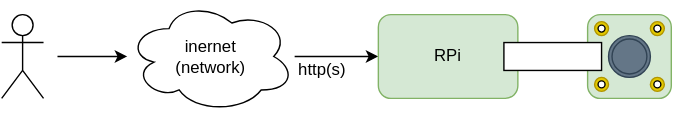
Before: rpi-camera/docs/rpi-camera-diagram.svg, a diagram exported from draw.io (jveverka/rpi-projects). Source tidied: cells renumbered, new cells last; positions are measured from the earlier drawing's top-left corner, leaving out a move shared by most shapes. Its diagram source:
```xml
<mxGraphModel>
  <root>
    <mxCell id="0" />
    <mxCell id="1" parent="0" />
    <mxCell id="2" style="edgeStyle=orthogonalEdgeStyle;rounded=0;jettySize=auto;html=1;" parent="1" edge="1" target="4">
      <mxGeometry relative="1" as="geometry">
        <mxPoint x="40" y="40" as="sourcePoint" />
      </mxGeometry>
    </mxCell>
    <mxCell id="3" style="edgeStyle=orthogonalEdgeStyle;rounded=0;jettySize=auto;html=1;" parent="1" edge="1" source="4" target="5">
      <mxGeometry relative="1" as="geometry" />
    </mxCell>
    <mxCell id="4" value="inernet&lt;br&gt;(network)" style="ellipse;shape=cloud;whiteSpace=wrap;html=1;" parent="1" vertex="1">
      <mxGeometry x="90" width="120" height="80" as="geometry" />
    </mxCell>
    <mxCell id="5" value="RPi" style="rounded=1;whiteSpace=wrap;html=1;fillColor=#d5e8d4;strokeColor=#82b366;" parent="1" vertex="1">
      <mxGeometry x="270" y="10" width="100" height="60" as="geometry" />
    </mxCell>
    <mxCell id="6" style="rounded=1;whiteSpace=wrap;html=1;fillColor=#d5e8d4;strokeColor=#82b366;" parent="1" vertex="1">
      <mxGeometry x="420" y="10" width="60" height="60" as="geometry" />
    </mxCell>
    <mxCell id="7" style="rounded=0;whiteSpace=wrap;html=1;" parent="1" vertex="1">
      <mxGeometry x="360" y="30" width="70" height="20" as="geometry" />
    </mxCell>
    <mxCell id="8" value="http(s)" style="text;html=1;strokeColor=none;fillColor=none;align=center;verticalAlign=middle;whiteSpace=wrap;rounded=0;" parent="1" vertex="1">
      <mxGeometry x="210" y="40" width="40" height="20" as="geometry" />
    </mxCell>
    <mxCell id="9" style="shape=umlActor;verticalLabelPosition=bottom;verticalAlign=top;html=1;" parent="1" vertex="1">
      <mxGeometry y="10" width="30" height="60" as="geometry" />
    </mxCell>
    <mxCell id="10" style="ellipse;whiteSpace=wrap;html=1;fillColor=#647687;strokeColor=#314354;fontColor=#ffffff;" parent="1" vertex="1">
      <mxGeometry x="435" y="25" width="30" height="30" as="geometry" />
    </mxCell>
    <mxCell id="11" style="ellipse;whiteSpace=wrap;html=1;fillColor=#e3c800;strokeColor=#B09500;fontColor=#ffffff;" parent="1" vertex="1">
      <mxGeometry x="425" y="15" width="10" height="10" as="geometry" />
    </mxCell>
    <mxCell id="12" style="ellipse;whiteSpace=wrap;html=1;fillColor=#e3c800;strokeColor=#B09500;fontColor=#ffffff;" parent="1" vertex="1">
      <mxGeometry x="465" y="15" width="10" height="10" as="geometry" />
    </mxCell>
    <mxCell id="13" style="ellipse;whiteSpace=wrap;html=1;fillColor=#e3c800;strokeColor=#B09500;fontColor=#ffffff;" parent="1" vertex="1">
      <mxGeometry x="425" y="55" width="10" height="10" as="geometry" />
    </mxCell>
    <mxCell id="14" style="ellipse;whiteSpace=wrap;html=1;fillColor=#e3c800;strokeColor=#B09500;fontColor=#ffffff;" parent="1" vertex="1">
      <mxGeometry x="465" y="55" width="10" height="10" as="geometry" />
    </mxCell>
    <mxCell id="15" style="ellipse;whiteSpace=wrap;html=1;fillColor=#647687;strokeColor=#314354;fontColor=#ffffff;" parent="1" vertex="1">
      <mxGeometry x="437.5" y="27.5" width="25" height="25" as="geometry" />
    </mxCell>
    <mxCell id="16" style="ellipse;whiteSpace=wrap;html=1;" parent="1" vertex="1">
      <mxGeometry x="467.5" y="17.5" width="5" height="5" as="geometry" />
    </mxCell>
    <mxCell id="17" style="ellipse;whiteSpace=wrap;html=1;" parent="1" vertex="1">
      <mxGeometry x="467.5" y="57.5" width="5" height="5" as="geometry" />
    </mxCell>
    <mxCell id="18" style="ellipse;whiteSpace=wrap;html=1;" parent="1" vertex="1">
      <mxGeometry x="427.5" y="57.5" width="5" height="5" as="geometry" />
    </mxCell>
    <mxCell id="19" style="ellipse;whiteSpace=wrap;html=1;" parent="1" vertex="1">
      <mxGeometry x="427.5" y="17.5" width="5" height="5" as="geometry" />
    </mxCell>
  </root>
</mxGraphModel>
```
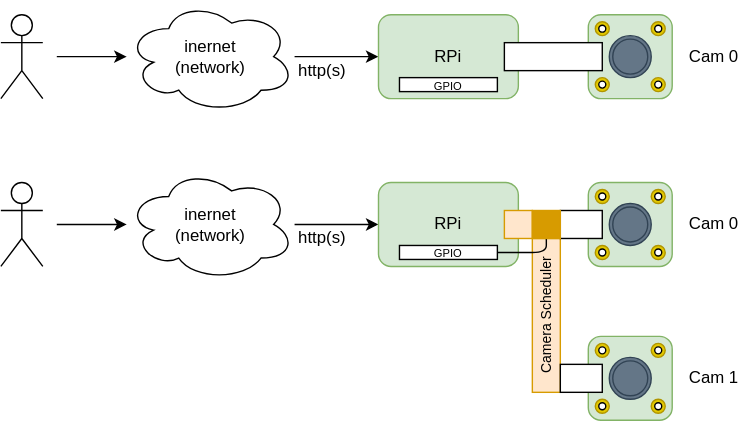
After the change.

Diff of the diagram source:
```diff
@@ -58,5 +58,128 @@
     <mxCell id="19" style="ellipse;whiteSpace=wrap;html=1;" parent="1" vertex="1">
       <mxGeometry x="427.5" y="17.5" width="5" height="5" as="geometry" />
     </mxCell>
+    <mxCell id="20" value="Cam 0" style="text;html=1;strokeColor=none;fillColor=none;align=center;verticalAlign=middle;whiteSpace=wrap;rounded=0;" parent="1" vertex="1">
+      <mxGeometry x="490" y="30" width="40" height="20" as="geometry" />
+    </mxCell>
+    <mxCell id="21" style="edgeStyle=orthogonalEdgeStyle;rounded=0;jettySize=auto;html=1;" parent="1" edge="1" target="23">
+      <mxGeometry relative="1" as="geometry">
+        <mxPoint x="40" y="160" as="sourcePoint" />
+      </mxGeometry>
+    </mxCell>
+    <mxCell id="22" style="edgeStyle=orthogonalEdgeStyle;rounded=0;jettySize=auto;html=1;" parent="1" edge="1" source="23" target="24">
+      <mxGeometry relative="1" as="geometry" />
+    </mxCell>
+    <mxCell id="23" value="inernet&lt;br&gt;(network)" style="ellipse;shape=cloud;whiteSpace=wrap;html=1;" parent="1" vertex="1">
+      <mxGeometry x="90" y="120" width="120" height="80" as="geometry" />
+    </mxCell>
+    <mxCell id="24" value="RPi" style="rounded=1;whiteSpace=wrap;html=1;fillColor=#d5e8d4;strokeColor=#82b366;" parent="1" vertex="1">
+      <mxGeometry x="270" y="130" width="100" height="60" as="geometry" />
+    </mxCell>
+    <mxCell id="25" style="rounded=1;whiteSpace=wrap;html=1;fillColor=#d5e8d4;strokeColor=#82b366;" parent="1" vertex="1">
+      <mxGeometry x="420" y="130" width="60" height="60" as="geometry" />
+    </mxCell>
+    <mxCell id="26" value="http(s)" style="text;html=1;strokeColor=none;fillColor=none;align=center;verticalAlign=middle;whiteSpace=wrap;rounded=0;" parent="1" vertex="1">
+      <mxGeometry x="210" y="160" width="40" height="20" as="geometry" />
+    </mxCell>
+    <mxCell id="27" style="shape=umlActor;verticalLabelPosition=bottom;verticalAlign=top;html=1;" parent="1" vertex="1">
+      <mxGeometry y="130" width="30" height="60" as="geometry" />
+    </mxCell>
+    <mxCell id="28" style="ellipse;whiteSpace=wrap;html=1;fillColor=#647687;strokeColor=#314354;fontColor=#ffffff;" parent="1" vertex="1">
+      <mxGeometry x="435" y="145" width="30" height="30" as="geometry" />
+    </mxCell>
+    <mxCell id="29" style="ellipse;whiteSpace=wrap;html=1;fillColor=#e3c800;strokeColor=#B09500;fontColor=#ffffff;" parent="1" vertex="1">
+      <mxGeometry x="425" y="135" width="10" height="10" as="geometry" />
+    </mxCell>
+    <mxCell id="30" style="ellipse;whiteSpace=wrap;html=1;fillColor=#e3c800;strokeColor=#B09500;fontColor=#ffffff;" parent="1" vertex="1">
+      <mxGeometry x="465" y="135" width="10" height="10" as="geometry" />
+    </mxCell>
+    <mxCell id="31" style="ellipse;whiteSpace=wrap;html=1;fillColor=#e3c800;strokeColor=#B09500;fontColor=#ffffff;" parent="1" vertex="1">
+      <mxGeometry x="425" y="175" width="10" height="10" as="geometry" />
+    </mxCell>
+    <mxCell id="32" style="ellipse;whiteSpace=wrap;html=1;fillColor=#e3c800;strokeColor=#B09500;fontColor=#ffffff;" parent="1" vertex="1">
+      <mxGeometry x="465" y="175" width="10" height="10" as="geometry" />
+    </mxCell>
+    <mxCell id="33" style="ellipse;whiteSpace=wrap;html=1;fillColor=#647687;strokeColor=#314354;fontColor=#ffffff;" parent="1" vertex="1">
+      <mxGeometry x="437.5" y="147.5" width="25" height="25" as="geometry" />
+    </mxCell>
+    <mxCell id="34" style="ellipse;whiteSpace=wrap;html=1;" parent="1" vertex="1">
+      <mxGeometry x="467.5" y="137.5" width="5" height="5" as="geometry" />
+    </mxCell>
+    <mxCell id="35" style="ellipse;whiteSpace=wrap;html=1;" parent="1" vertex="1">
+      <mxGeometry x="467.5" y="177.5" width="5" height="5" as="geometry" />
+    </mxCell>
+    <mxCell id="36" style="ellipse;whiteSpace=wrap;html=1;" parent="1" vertex="1">
+      <mxGeometry x="427.5" y="177.5" width="5" height="5" as="geometry" />
+    </mxCell>
+    <mxCell id="37" style="ellipse;whiteSpace=wrap;html=1;" parent="1" vertex="1">
+      <mxGeometry x="427.5" y="137.5" width="5" height="5" as="geometry" />
+    </mxCell>
+    <mxCell id="38" value="Cam 0" style="text;html=1;strokeColor=none;fillColor=none;align=center;verticalAlign=middle;whiteSpace=wrap;rounded=0;" parent="1" vertex="1">
+      <mxGeometry x="490" y="150" width="40" height="20" as="geometry" />
+    </mxCell>
+    <mxCell id="39" style="rounded=1;whiteSpace=wrap;html=1;fillColor=#d5e8d4;strokeColor=#82b366;" parent="1" vertex="1">
+      <mxGeometry x="420" y="240" width="60" height="60" as="geometry" />
+    </mxCell>
+    <mxCell id="40" style="ellipse;whiteSpace=wrap;html=1;fillColor=#647687;strokeColor=#314354;fontColor=#ffffff;" parent="1" vertex="1">
+      <mxGeometry x="435" y="255" width="30" height="30" as="geometry" />
+    </mxCell>
+    <mxCell id="41" style="ellipse;whiteSpace=wrap;html=1;fillColor=#e3c800;strokeColor=#B09500;fontColor=#ffffff;" parent="1" vertex="1">
+      <mxGeometry x="425" y="245" width="10" height="10" as="geometry" />
+    </mxCell>
+    <mxCell id="42" style="ellipse;whiteSpace=wrap;html=1;fillColor=#e3c800;strokeColor=#B09500;fontColor=#ffffff;" parent="1" vertex="1">
+      <mxGeometry x="465" y="245" width="10" height="10" as="geometry" />
+    </mxCell>
+    <mxCell id="43" style="ellipse;whiteSpace=wrap;html=1;fillColor=#e3c800;strokeColor=#B09500;fontColor=#ffffff;" parent="1" vertex="1">
+      <mxGeometry x="425" y="285" width="10" height="10" as="geometry" />
+    </mxCell>
+    <mxCell id="44" style="ellipse;whiteSpace=wrap;html=1;fillColor=#e3c800;strokeColor=#B09500;fontColor=#ffffff;" parent="1" vertex="1">
+      <mxGeometry x="465" y="285" width="10" height="10" as="geometry" />
+    </mxCell>
+    <mxCell id="45" style="ellipse;whiteSpace=wrap;html=1;fillColor=#647687;strokeColor=#314354;fontColor=#ffffff;" parent="1" vertex="1">
+      <mxGeometry x="437.5" y="257.5" width="25" height="25" as="geometry" />
+    </mxCell>
+    <mxCell id="46" style="ellipse;whiteSpace=wrap;html=1;" parent="1" vertex="1">
+      <mxGeometry x="467.5" y="247.5" width="5" height="5" as="geometry" />
+    </mxCell>
+    <mxCell id="47" style="ellipse;whiteSpace=wrap;html=1;" parent="1" vertex="1">
+      <mxGeometry x="467.5" y="287.5" width="5" height="5" as="geometry" />
+    </mxCell>
+    <mxCell id="48" style="ellipse;whiteSpace=wrap;html=1;" parent="1" vertex="1">
+      <mxGeometry x="427.5" y="287.5" width="5" height="5" as="geometry" />
+    </mxCell>
+    <mxCell id="49" style="ellipse;whiteSpace=wrap;html=1;" parent="1" vertex="1">
+      <mxGeometry x="427.5" y="247.5" width="5" height="5" as="geometry" />
+    </mxCell>
+    <mxCell id="50" value="Cam 1" style="text;html=1;strokeColor=none;fillColor=none;align=center;verticalAlign=middle;whiteSpace=wrap;rounded=0;" parent="1" vertex="1">
+      <mxGeometry x="490" y="260" width="40" height="20" as="geometry" />
+    </mxCell>
+    <mxCell id="51" value="&lt;font style=&quot;font-size: 10px&quot;&gt;Camera Scheduler&lt;/font&gt;" style="rounded=0;whiteSpace=wrap;html=1;fillColor=#ffe6cc;strokeColor=#d79b00;rotation=-90;" parent="1" vertex="1">
+      <mxGeometry x="335" y="215" width="110" height="20" as="geometry" />
+    </mxCell>
+    <mxCell id="52" style="rounded=0;whiteSpace=wrap;html=1;" parent="1" vertex="1">
+      <mxGeometry x="400" y="260" width="30" height="20" as="geometry" />
+    </mxCell>
+    <mxCell id="53" style="rounded=0;whiteSpace=wrap;html=1;fillColor=#ffe6cc;strokeColor=#d79b00;" parent="1" vertex="1">
+      <mxGeometry x="360" y="150" width="20" height="20" as="geometry" />
+    </mxCell>
+    <mxCell id="54" style="rounded=0;whiteSpace=wrap;html=1;" parent="1" vertex="1">
+      <mxGeometry x="400" y="150" width="30" height="20" as="geometry" />
+    </mxCell>
+    <mxCell id="55" value="&lt;font style=&quot;font-size: 8px&quot;&gt;GPIO&lt;/font&gt;" style="rounded=0;whiteSpace=wrap;html=1;" parent="1" vertex="1">
+      <mxGeometry x="285" y="55" width="70" height="10" as="geometry" />
+    </mxCell>
+    <mxCell id="56" value="&lt;font style=&quot;font-size: 8px&quot;&gt;GPIO&lt;/font&gt;" style="rounded=0;whiteSpace=wrap;html=1;" parent="1" vertex="1">
+      <mxGeometry x="285" y="175" width="70" height="10" as="geometry" />
+    </mxCell>
+    <mxCell id="57" style="endArrow=none;html=1;entryX=0.5;entryY=1;entryDx=0;entryDy=0;exitX=1;exitY=0.5;exitDx=0;exitDy=0;" parent="1" edge="1" source="56" target="58">
+      <mxGeometry relative="1" as="geometry">
+        <Array as="points">
+          <mxPoint x="390" y="180" />
+        </Array>
+      </mxGeometry>
+    </mxCell>
+    <mxCell id="58" style="rounded=0;whiteSpace=wrap;html=1;strokeColor=#d79b00;fillColor=#D79B00;" parent="1" vertex="1">
+      <mxGeometry x="380" y="150" width="20" height="20" as="geometry" />
+    </mxCell>
   </root>
 </mxGraphModel>
```
